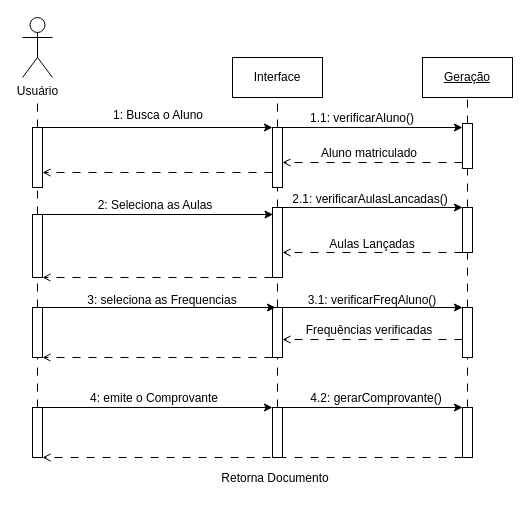
Above: DIAGRAMA DE SEQUENCIA.drawio in LizReis/An-lise-de-Sistemas (draw.io), before the change. Source tidied: cells renumbered, new cells numbered last; positions are measured from the earlier drawing's top-left corner, leaving out a move shared by most shapes. Both pictures are drawn from the tidied source at 100%, with x=0, y=0 at pixel (22, 17).
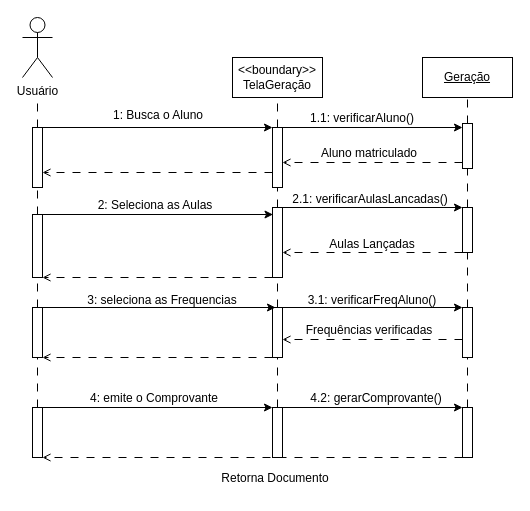
Above is the later version.

What changed in the source:
```diff
@@
-    <mxCell id="3" value="Interface" style="rounded=0;whiteSpace=wrap;html=1;" parent="1" vertex="1">
+    <mxCell id="3" value="&amp;lt;&amp;lt;boundary&amp;gt;&amp;gt;&lt;div&gt;TelaGeração&lt;/div&gt;" style="rounded=0;whiteSpace=wrap;html=1;" parent="1" vertex="1">
       <mxGeometry x="210" y="40" width="90" height="40" as="geometry" />
     </mxCell>
```
